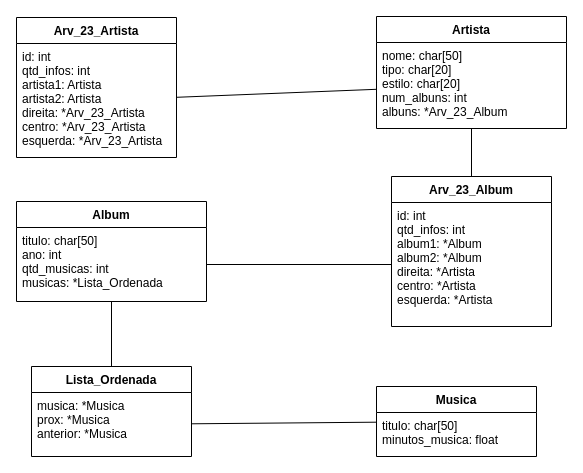
Above: ED_II/TB_II/docs/02.drawio in mauriciobenjamin700/6_periodo (draw.io), before the change. Source tidied: cells renumbered, new cells numbered last; positions are measured from the earlier drawing's top-left corner, leaving out a move shared by most shapes. Both pictures are drawn from the tidied source at 100%, with x=0, y=0 at pixel (16, 16).
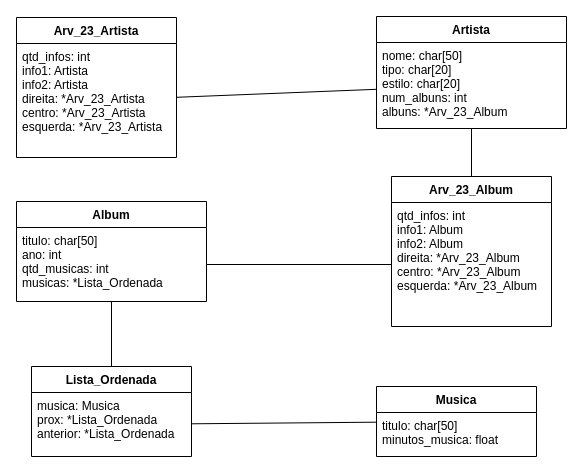
The same diagram, later.

What changed in the source:
```diff
@@
 <mxGraphModel>
   <root>
     <mxCell id="0" />
     <mxCell id="1" parent="0" />
     <mxCell id="2" value="Artista" style="swimlane;fontStyle=1;align=center;verticalAlign=top;horizontal=1;startSize=26;" parent="1" vertex="1">
       <mxGeometry x="360" width="190" height="112" as="geometry" />
     </mxCell>
     <mxCell id="3" value="nome: char[50]&#10;tipo: char[20]&#10;estilo: char[20]&#10;num_albuns: int&#10;albuns: *Arv_23_Album" style="text;strokeColor=none;fillColor=none;align=left;verticalAlign=top;spacingLeft=4;spacingRight=4;overflow=hidden;points=[[0,0.5],[1,0.5]];portConstraint=eastwest;" parent="2" vertex="1">
       <mxGeometry y="26" width="190" height="86" as="geometry" />
     </mxCell>
     <mxCell id="4" value="Album" style="swimlane;fontStyle=1;align=center;verticalAlign=top;horizontal=1;startSize=26;" parent="1" vertex="1">
       <mxGeometry y="185" width="190" height="100" as="geometry" />
     </mxCell>
     <mxCell id="5" value="titulo: char[50]&#10;ano: int&#10;qtd_musicas: int&#10;musicas: *Lista_Ordenada" style="text;strokeColor=none;fillColor=none;align=left;verticalAlign=top;spacingLeft=4;spacingRight=4;overflow=hidden;points=[[0,0.5],[1,0.5]];portConstraint=eastwest;" parent="4" vertex="1">
       <mxGeometry y="26" width="190" height="74" as="geometry" />
     </mxCell>
     <mxCell id="6" style="edgeStyle=none;html=1;startArrow=none;startFill=0;endArrow=none;endFill=0;" parent="1" edge="1" source="7" target="11">
       <mxGeometry relative="1" as="geometry" />
     </mxCell>
     <mxCell id="7" value="Musica" style="swimlane;fontStyle=1;align=center;verticalAlign=top;horizontal=1;startSize=26;" parent="1" vertex="1">
       <mxGeometry x="360" y="370" width="160" height="70" as="geometry" />
     </mxCell>
     <mxCell id="8" value="titulo: char[50]&#10;minutos_musica: float&#10;" style="text;strokeColor=none;fillColor=none;align=left;verticalAlign=top;spacingLeft=4;spacingRight=4;overflow=hidden;" parent="7" vertex="1">
       <mxGeometry y="26" width="160" height="44" as="geometry" />
     </mxCell>
     <mxCell id="9" style="edgeStyle=none;html=1;startArrow=none;startFill=0;endArrow=none;endFill=0;" parent="1" edge="1" source="10" target="5">
       <mxGeometry relative="1" as="geometry" />
     </mxCell>
     <mxCell id="10" value="Lista_Ordenada" style="swimlane;fontStyle=1;align=center;verticalAlign=top;horizontal=1;startSize=26;" parent="1" vertex="1">
       <mxGeometry x="15" y="350" width="160" height="90" as="geometry" />
     </mxCell>
-    <mxCell id="11" value="musica: *Musica&#10;prox: *Musica&#10;anterior: *Musica" style="text;strokeColor=none;fillColor=none;align=left;verticalAlign=top;spacingLeft=4;spacingRight=4;overflow=hidden;points=[[0,0.5],[1,0.5]];portConstraint=eastwest;" parent="10" vertex="1">
+    <mxCell id="11" value="musica: Musica&#10;prox: *Lista_Ordenada&#10;anterior: *Lista_Ordenada" style="text;strokeColor=none;fillColor=none;align=left;verticalAlign=top;spacingLeft=4;spacingRight=4;overflow=hidden;points=[[0,0.5],[1,0.5]];portConstraint=eastwest;" parent="10" vertex="1">
       <mxGeometry y="26" width="160" height="64" as="geometry" />
     </mxCell>
     <mxCell id="12" style="edgeStyle=none;html=1;startArrow=none;startFill=0;endArrow=none;endFill=0;" parent="1" edge="1" source="13" target="3">
       <mxGeometry relative="1" as="geometry" />
     </mxCell>
     <mxCell id="13" value="Arv_23_Album" style="swimlane;fontStyle=1;align=center;verticalAlign=top;horizontal=1;startSize=26;" parent="1" vertex="1">
       <mxGeometry x="375" y="160" width="160" height="150" as="geometry" />
     </mxCell>
-    <mxCell id="14" value="id: int&#10;qtd_infos: int&#10;album1: *Album&#10;album2: *Album&#10;direita: *Artista&#10;centro: *Artista&#10;esquerda: *Artista&#10;" style="text;strokeColor=none;fillColor=none;align=left;verticalAlign=top;spacingLeft=4;spacingRight=4;overflow=hidden;points=[[0,0.5],[1,0.5]];portConstraint=eastwest;" parent="13" vertex="1">
+    <mxCell id="14" value="qtd_infos: int&#10;info1: Album&#10;info2: Album&#10;direita: *Arv_23_Album&#10;centro: *Arv_23_Album&#10;esquerda: *Arv_23_Album&#10;" style="text;strokeColor=none;fillColor=none;align=left;verticalAlign=top;spacingLeft=4;spacingRight=4;overflow=hidden;points=[[0,0.5],[1,0.5]];portConstraint=eastwest;" parent="13" vertex="1">
       <mxGeometry y="26" width="160" height="124" as="geometry" />
     </mxCell>
     <mxCell id="15" value="Arv_23_Artista" style="swimlane;fontStyle=1;align=center;verticalAlign=top;horizontal=1;startSize=26;" parent="1" vertex="1">
       <mxGeometry y="1" width="160" height="140" as="geometry" />
     </mxCell>
-    <mxCell id="16" value="id: int&#10;qtd_infos: int&#10;artista1: Artista&#10;artista2: Artista&#10;direita: *Arv_23_Artista&#10;centro: *Arv_23_Artista&#10;esquerda: *Arv_23_Artista" style="text;strokeColor=none;fillColor=none;align=left;verticalAlign=top;spacingLeft=4;spacingRight=4;overflow=hidden;points=[[0,0.5],[1,0.5]];portConstraint=eastwest;" parent="15" vertex="1">
+    <mxCell id="16" value="qtd_infos: int&#10;info1: Artista&#10;info2: Artista&#10;direita: *Arv_23_Artista&#10;centro: *Arv_23_Artista&#10;esquerda: *Arv_23_Artista" style="text;strokeColor=none;fillColor=none;align=left;verticalAlign=top;spacingLeft=4;spacingRight=4;overflow=hidden;points=[[0,0.5],[1,0.5]];portConstraint=eastwest;" parent="15" vertex="1">
       <mxGeometry y="26" width="160" height="114" as="geometry" />
     </mxCell>
     <mxCell id="17" style="edgeStyle=none;html=1;startArrow=none;startFill=0;endArrow=none;endFill=0;" parent="1" edge="1" source="5" target="14">
       <mxGeometry relative="1" as="geometry" />
     </mxCell>
     <mxCell id="18" style="edgeStyle=none;html=1;startArrow=none;startFill=0;endArrow=none;endFill=0;" parent="1" edge="1" source="3" target="16">
       <mxGeometry relative="1" as="geometry" />
     </mxCell>
   </root>
 </mxGraphModel>
```
